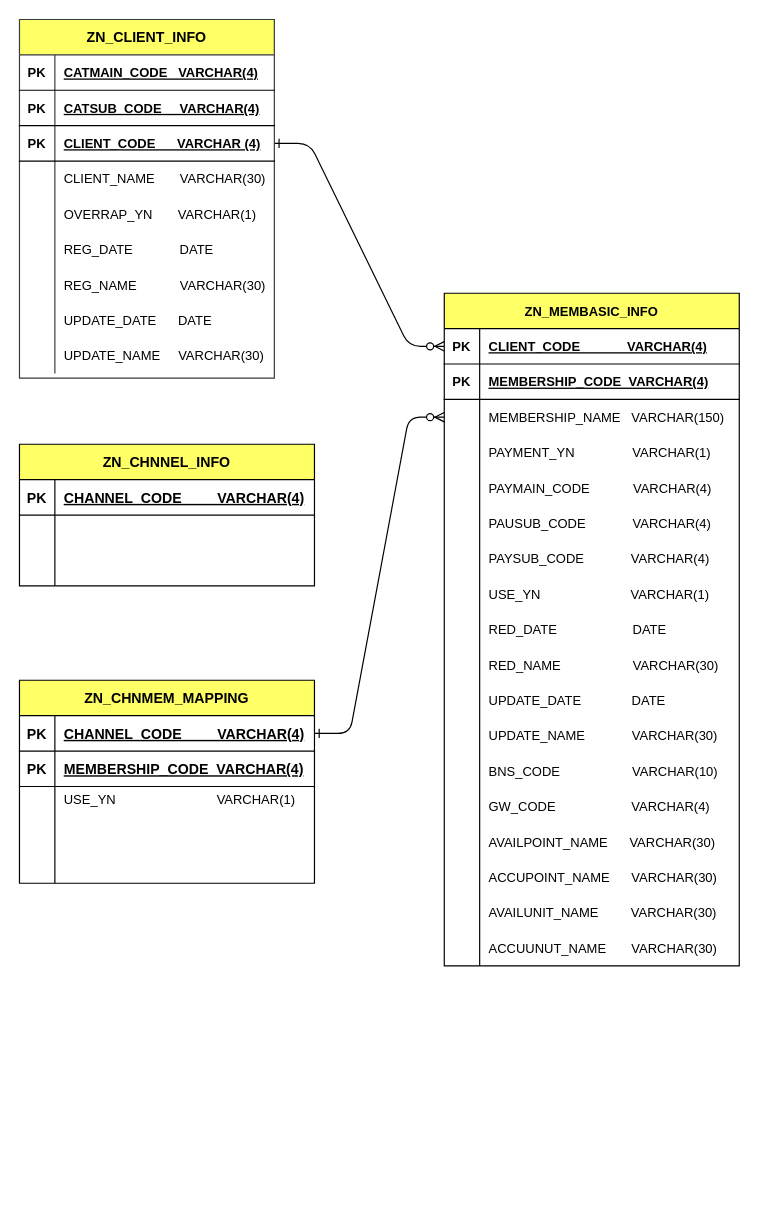
Before: Untitled Diagram.drawio in qksl22/Java, a draw.io diagram. Source tidied: cells renumbered, new cells numbered last; positions are measured from the earlier drawing's top-left corner, leaving out a move shared by most shapes. Both pictures are drawn from the tidied source at 118%, with x=0, y=0 at pixel (19, 19).
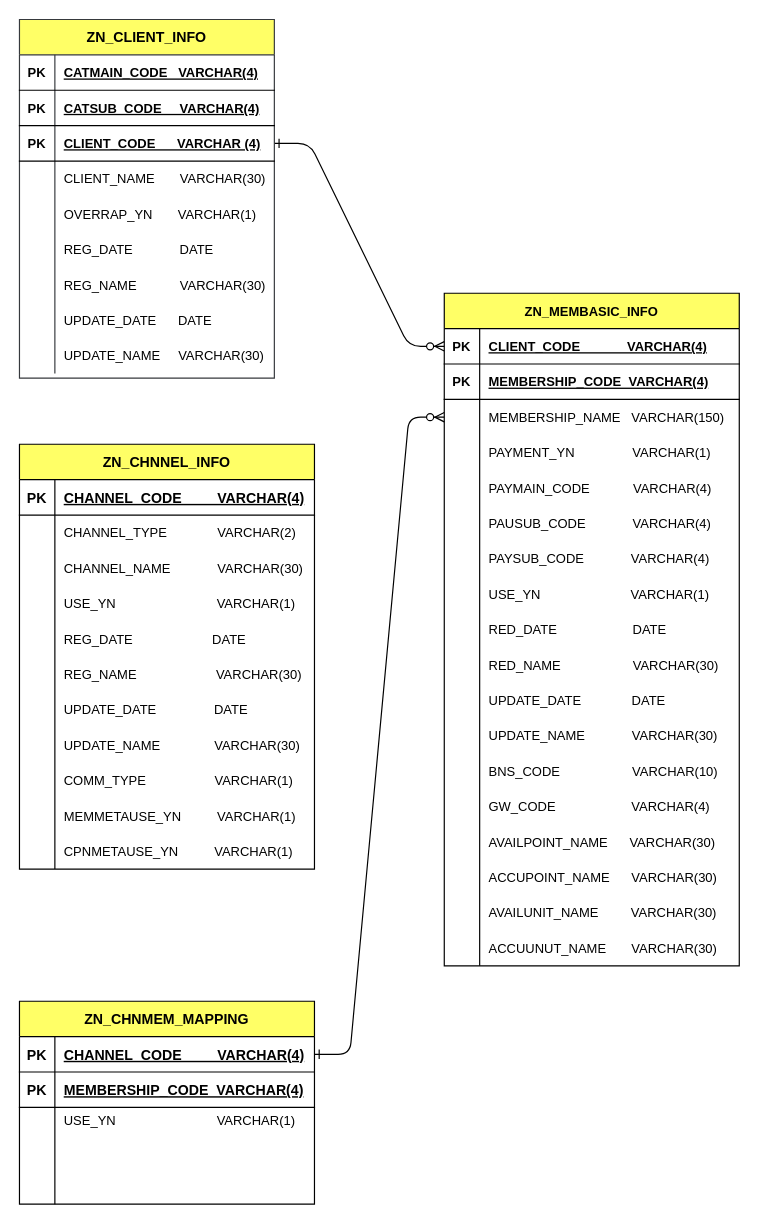
After the change.

The change refers to these unchanged cells:
```xml
<mxCell id="107" style="shape=partialRectangle;fillColor=none;top=0;left=0;right=0;bottom=0;fontSize=11;" parent="103" vertex="1">
  <mxGeometry y="60" width="250" height="30" as="geometry" />
</mxCell>
<mxCell id="110" style="shape=partialRectangle;fillColor=none;top=0;left=0;right=0;bottom=0;fontSize=11;" parent="103" vertex="1">
  <mxGeometry y="90" width="250" height="30" as="geometry" />
</mxCell>
```

Change to the diagram source:
```diff
@@
     <mxCell id="87" value="ZN_CHNMEM_MAPPING" style="shape=table;startSize=30;childLayout=tableLayout;rowLines=0;fontStyle=1;align=center;fillColor=#FFFF66;" parent="1" vertex="1">
-      <mxGeometry y="560" width="250" height="172" as="geometry" />
+      <mxGeometry y="832" width="250" height="172" as="geometry" />
     </mxCell>
@@
     <mxCell id="103" value="ZN_CHNNEL_INFO" style="shape=table;startSize=30;childLayout=tableLayout;rowLines=0;fontStyle=1;align=center;fillColor=#FFFF66;" parent="1" vertex="1">
-      <mxGeometry y="360" width="250" height="120" as="geometry" />
+      <mxGeometry y="360" width="250" height="360" as="geometry" />
     </mxCell>
@@
-    <mxCell id="109" style="shape=partialRectangle;overflow=hidden;fillColor=none;top=0;left=0;bottom=0;right=0;align=left;spacingLeft=6;fontSize=11;" parent="107" vertex="1">
+    <mxCell id="109" value="CHANNEL_TYPE              VARCHAR(2)" style="shape=partialRectangle;overflow=hidden;fillColor=none;top=0;left=0;bottom=0;right=0;align=left;spacingLeft=6;fontSize=11;" parent="107" vertex="1">
       <mxGeometry x="30" width="220" height="30" as="geometry" />
     </mxCell>
@@
-    <mxCell id="112" style="shape=partialRectangle;overflow=hidden;fillColor=none;top=0;left=0;bottom=0;right=0;align=left;spacingLeft=6;fontSize=11;" parent="110" vertex="1">
+    <mxCell id="112" value="CHANNEL_NAME             VARCHAR(30)" style="shape=partialRectangle;overflow=hidden;fillColor=none;top=0;left=0;bottom=0;right=0;align=left;spacingLeft=6;fontSize=11;" parent="110" vertex="1">
       <mxGeometry x="30" width="220" height="30" as="geometry" />
     </mxCell>
+    <mxCell id="113" style="shape=partialRectangle;fillColor=none;top=0;left=0;right=0;bottom=0;fontSize=11;" parent="103" vertex="1">
+      <mxGeometry y="120" width="250" height="30" as="geometry" />
+    </mxCell>
+    <mxCell id="114" style="shape=partialRectangle;overflow=hidden;fillColor=none;top=0;left=0;bottom=0;right=0;fontSize=11;" parent="113" vertex="1">
+      <mxGeometry width="30" height="30" as="geometry" />
+    </mxCell>
+    <mxCell id="115" value="USE_YN                            VARCHAR(1)" style="shape=partialRectangle;overflow=hidden;fillColor=none;top=0;left=0;bottom=0;right=0;align=left;spacingLeft=6;fontSize=11;" parent="113" vertex="1">
+      <mxGeometry x="30" width="220" height="30" as="geometry" />
+    </mxCell>
+    <mxCell id="116" style="shape=partialRectangle;fillColor=none;top=0;left=0;right=0;bottom=0;fontSize=11;" parent="103" vertex="1">
+      <mxGeometry y="150" width="250" height="30" as="geometry" />
+    </mxCell>
+    <mxCell id="117" style="shape=partialRectangle;overflow=hidden;fillColor=none;top=0;left=0;bottom=0;right=0;fontSize=11;" parent="116" vertex="1">
+      <mxGeometry width="30" height="30" as="geometry" />
+    </mxCell>
+    <mxCell id="118" value="REG_DATE                      DATE            " style="shape=partialRectangle;overflow=hidden;fillColor=none;top=0;left=0;bottom=0;right=0;align=left;spacingLeft=6;fontSize=11;" parent="116" vertex="1">
+      <mxGeometry x="30" width="220" height="30" as="geometry" />
+    </mxCell>
+    <mxCell id="119" style="shape=partialRectangle;fillColor=none;top=0;left=0;right=0;bottom=0;fontSize=11;" parent="103" vertex="1">
+      <mxGeometry y="180" width="250" height="30" as="geometry" />
+    </mxCell>
+    <mxCell id="120" style="shape=partialRectangle;overflow=hidden;fillColor=none;top=0;left=0;bottom=0;right=0;fontSize=11;" parent="119" vertex="1">
+      <mxGeometry width="30" height="30" as="geometry" />
+    </mxCell>
+    <mxCell id="121" value="REG_NAME                      VARCHAR(30)" style="shape=partialRectangle;overflow=hidden;fillColor=none;top=0;left=0;bottom=0;right=0;align=left;spacingLeft=6;fontSize=11;" parent="119" vertex="1">
+      <mxGeometry x="30" width="220" height="30" as="geometry" />
+    </mxCell>
+    <mxCell id="122" style="shape=partialRectangle;fillColor=none;top=0;left=0;right=0;bottom=0;fontSize=11;" parent="103" vertex="1">
+      <mxGeometry y="210" width="250" height="30" as="geometry" />
+    </mxCell>
+    <mxCell id="123" style="shape=partialRectangle;overflow=hidden;fillColor=none;top=0;left=0;bottom=0;right=0;fontSize=11;" parent="122" vertex="1">
+      <mxGeometry width="30" height="30" as="geometry" />
+    </mxCell>
+    <mxCell id="124" value="UPDATE_DATE                DATE" style="shape=partialRectangle;overflow=hidden;fillColor=none;top=0;left=0;bottom=0;right=0;align=left;spacingLeft=6;fontSize=11;" parent="122" vertex="1">
+      <mxGeometry x="30" width="220" height="30" as="geometry" />
+    </mxCell>
+    <mxCell id="125" style="shape=partialRectangle;fillColor=none;top=0;left=0;right=0;bottom=0;fontSize=11;" parent="103" vertex="1">
+      <mxGeometry y="240" width="250" height="30" as="geometry" />
+    </mxCell>
+    <mxCell id="126" style="shape=partialRectangle;overflow=hidden;fillColor=none;top=0;left=0;bottom=0;right=0;fontSize=11;" parent="125" vertex="1">
+      <mxGeometry width="30" height="30" as="geometry" />
+    </mxCell>
+    <mxCell id="127" value="UPDATE_NAME               VARCHAR(30)" style="shape=partialRectangle;overflow=hidden;fillColor=none;top=0;left=0;bottom=0;right=0;align=left;spacingLeft=6;fontSize=11;" parent="125" vertex="1">
+      <mxGeometry x="30" width="220" height="30" as="geometry" />
+    </mxCell>
+    <mxCell id="128" style="shape=partialRectangle;fillColor=none;top=0;left=0;right=0;bottom=0;fontSize=11;" parent="103" vertex="1">
+      <mxGeometry y="270" width="250" height="30" as="geometry" />
+    </mxCell>
+    <mxCell id="129" style="shape=partialRectangle;overflow=hidden;fillColor=none;top=0;left=0;bottom=0;right=0;fontSize=11;" parent="128" vertex="1">
+      <mxGeometry width="30" height="30" as="geometry" />
+    </mxCell>
+    <mxCell id="130" value="COMM_TYPE                   VARCHAR(1)" style="shape=partialRectangle;overflow=hidden;fillColor=none;top=0;left=0;bottom=0;right=0;align=left;spacingLeft=6;fontSize=11;" parent="128" vertex="1">
+      <mxGeometry x="30" width="220" height="30" as="geometry" />
+    </mxCell>
+    <mxCell id="131" style="shape=partialRectangle;fillColor=none;top=0;left=0;right=0;bottom=0;fontSize=11;" parent="103" vertex="1">
+      <mxGeometry y="300" width="250" height="30" as="geometry" />
+    </mxCell>
+    <mxCell id="132" style="shape=partialRectangle;overflow=hidden;fillColor=none;top=0;left=0;bottom=0;right=0;fontSize=11;" parent="131" vertex="1">
+      <mxGeometry width="30" height="30" as="geometry" />
+    </mxCell>
+    <mxCell id="133" value="MEMMETAUSE_YN          VARCHAR(1)" style="shape=partialRectangle;overflow=hidden;fillColor=none;top=0;left=0;bottom=0;right=0;align=left;spacingLeft=6;fontSize=11;" parent="131" vertex="1">
+      <mxGeometry x="30" width="220" height="30" as="geometry" />
+    </mxCell>
+    <mxCell id="134" style="shape=partialRectangle;fillColor=none;top=0;left=0;right=0;bottom=0;fontSize=11;" parent="103" vertex="1">
+      <mxGeometry y="330" width="250" height="30" as="geometry" />
+    </mxCell>
+    <mxCell id="135" style="shape=partialRectangle;overflow=hidden;fillColor=none;top=0;left=0;bottom=0;right=0;fontSize=11;" parent="134" vertex="1">
+      <mxGeometry width="30" height="30" as="geometry" />
+    </mxCell>
+    <mxCell id="136" value="CPNMETAUSE_YN          VARCHAR(1)" style="shape=partialRectangle;overflow=hidden;fillColor=none;top=0;left=0;bottom=0;right=0;align=left;spacingLeft=6;fontSize=11;" parent="134" vertex="1">
+      <mxGeometry x="30" width="220" height="30" as="geometry" />
+    </mxCell>
```
